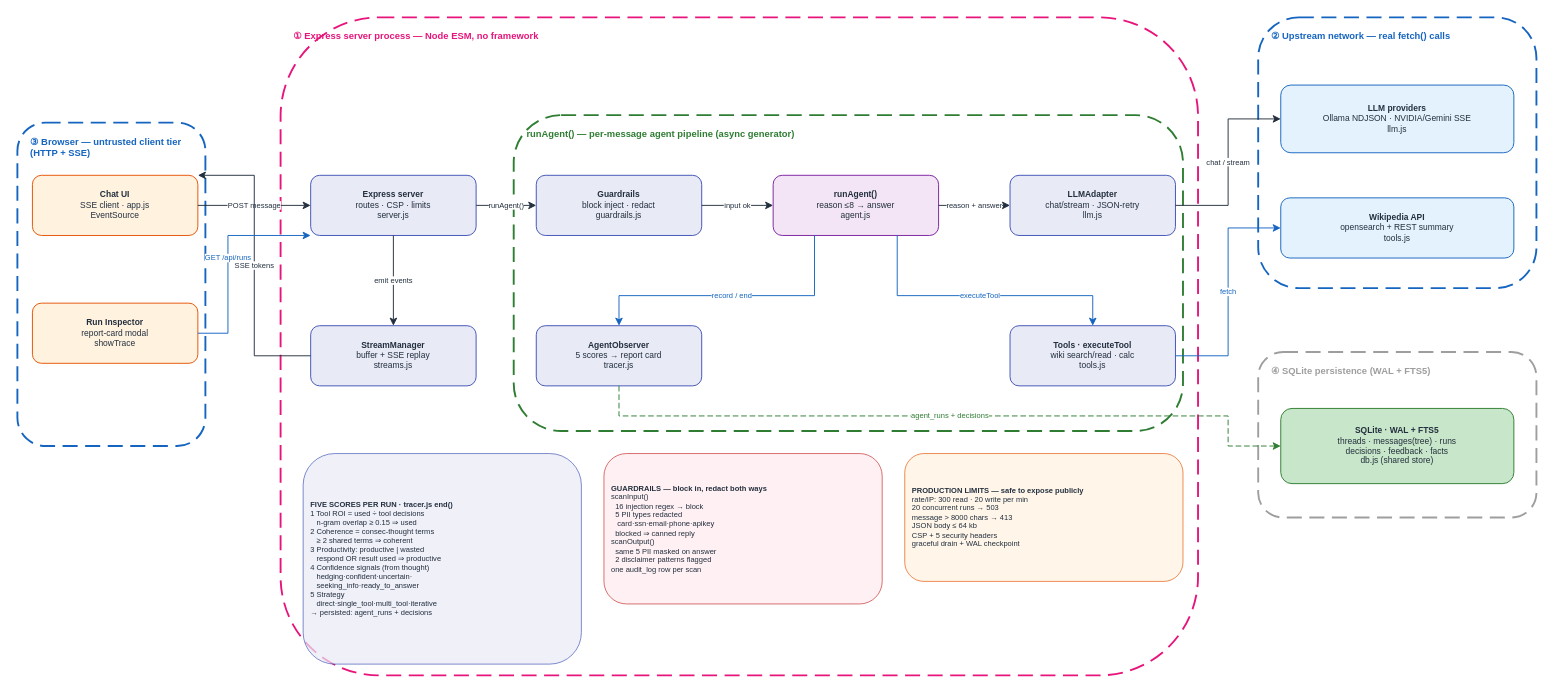
Earlier version of the draw.io diagram docs/diagrams/agent_chat_v1/HOA_AgentChat_v1.drawio (gmaheshraju/Hands-on-AgenticAI). Source tidied: cells renumbered, new cells numbered last; positions are measured from the earlier drawing's top-left corner, leaving out a move shared by most shapes. Both pictures are drawn from the tidied source at 94%, with x=0, y=0 at pixel (17, 17).
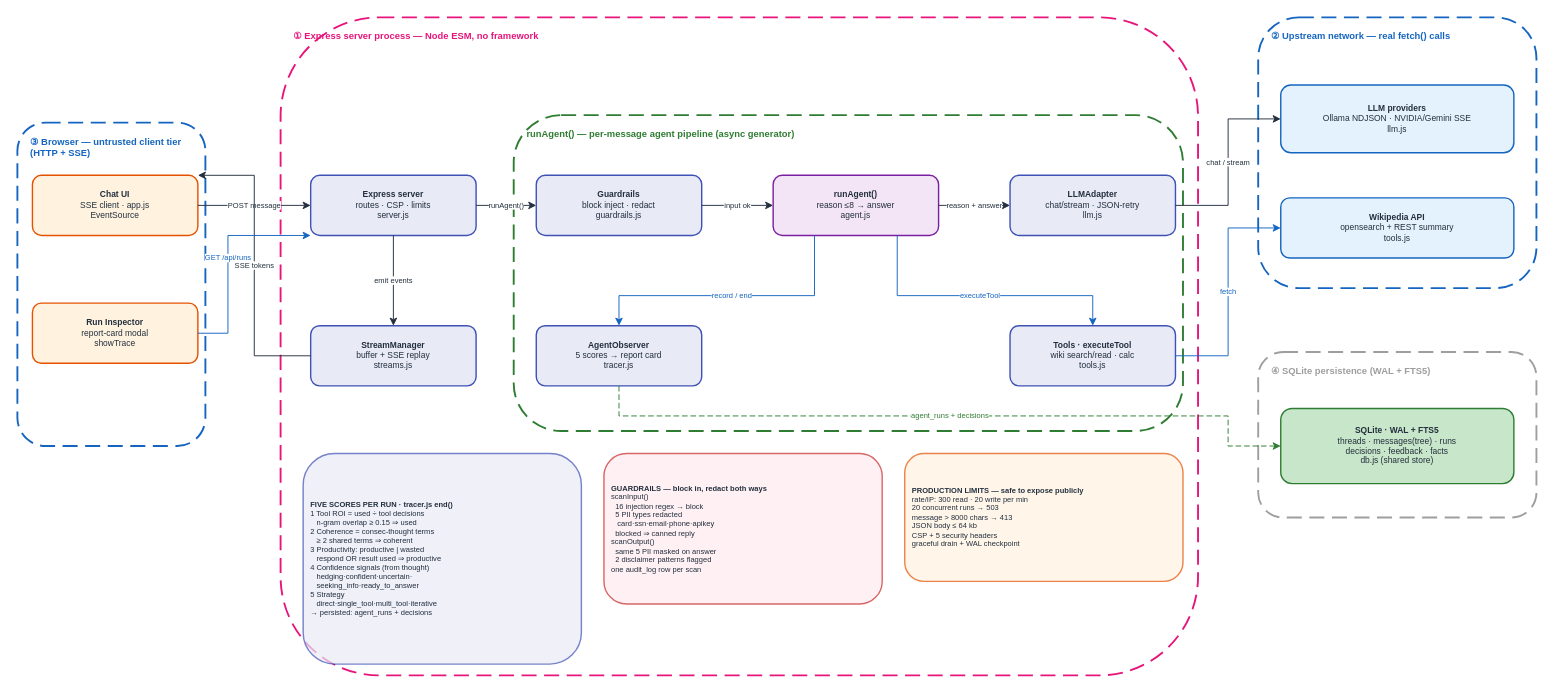
The same page after the edit.

Change to the diagram source:
```diff
@@
-    <mxCell id="12" value="&lt;b&gt;Chat UI&lt;/b&gt;&lt;br&gt;SSE client · app.js&lt;br&gt;EventSource" style="rounded=1;fillColor=#FFF3E0;strokeColor=#E65100;fontSize=9;fontColor=#232F3E;html=1;whiteSpace=wrap;align=center;" parent="1" vertex="1">
+    <mxCell id="12" value="&lt;b&gt;Chat UI&lt;/b&gt;&lt;br&gt;SSE client · app.js&lt;br&gt;EventSource" style="rounded=1;fillColor=#FFF3E0;strokeColor=#E65100;strokeWidth=1.5;fontSize=9;fontColor=#232F3E;html=1;whiteSpace=wrap;align=center;" parent="1" vertex="1">
       <mxGeometry x="16" y="168" width="176" height="64" as="geometry" />
     </mxCell>
-    <mxCell id="13" value="&lt;b&gt;Run Inspector&lt;/b&gt;&lt;br&gt;report-card modal&lt;br&gt;showTrace" style="rounded=1;fillColor=#FFF3E0;strokeColor=#E65100;fontSize=9;fontColor=#232F3E;html=1;whiteSpace=wrap;align=center;" parent="1" vertex="1">
+    <mxCell id="13" value="&lt;b&gt;Run Inspector&lt;/b&gt;&lt;br&gt;report-card modal&lt;br&gt;showTrace" style="rounded=1;fillColor=#FFF3E0;strokeColor=#E65100;strokeWidth=1.5;fontSize=9;fontColor=#232F3E;html=1;whiteSpace=wrap;align=center;" parent="1" vertex="1">
       <mxGeometry x="16" y="304" width="176" height="64" as="geometry" />
     </mxCell>
-    <mxCell id="14" value="&lt;b&gt;Express server&lt;/b&gt;&lt;br&gt;routes · CSP · limits&lt;br&gt;server.js" style="rounded=1;fillColor=#E8EAF6;strokeColor=#3F51B5;fontSize=9;fontColor=#232F3E;html=1;whiteSpace=wrap;align=center;" parent="1" vertex="1">
+    <mxCell id="14" value="&lt;b&gt;Express server&lt;/b&gt;&lt;br&gt;routes · CSP · limits&lt;br&gt;server.js" style="rounded=1;fillColor=#E8EAF6;strokeColor=#3F51B5;strokeWidth=1.5;fontSize=9;fontColor=#232F3E;html=1;whiteSpace=wrap;align=center;" parent="1" vertex="1">
       <mxGeometry x="312" y="168" width="176" height="64" as="geometry" />
     </mxCell>
-    <mxCell id="15" value="&lt;b&gt;StreamManager&lt;/b&gt;&lt;br&gt;buffer + SSE replay&lt;br&gt;streams.js" style="rounded=1;fillColor=#E8EAF6;strokeColor=#3F51B5;fontSize=9;fontColor=#232F3E;html=1;whiteSpace=wrap;align=center;" parent="1" vertex="1">
+    <mxCell id="15" value="&lt;b&gt;StreamManager&lt;/b&gt;&lt;br&gt;buffer + SSE replay&lt;br&gt;streams.js" style="rounded=1;fillColor=#E8EAF6;strokeColor=#3F51B5;strokeWidth=1.5;fontSize=9;fontColor=#232F3E;html=1;whiteSpace=wrap;align=center;" parent="1" vertex="1">
       <mxGeometry x="312" y="328" width="176" height="64" as="geometry" />
     </mxCell>
-    <mxCell id="16" value="&lt;b&gt;Guardrails&lt;/b&gt;&lt;br&gt;block inject · redact&lt;br&gt;guardrails.js" style="rounded=1;fillColor=#E8EAF6;strokeColor=#3F51B5;fontSize=9;fontColor=#232F3E;html=1;whiteSpace=wrap;align=center;" parent="1" vertex="1">
+    <mxCell id="16" value="&lt;b&gt;Guardrails&lt;/b&gt;&lt;br&gt;block inject · redact&lt;br&gt;guardrails.js" style="rounded=1;fillColor=#E8EAF6;strokeColor=#3F51B5;strokeWidth=1.5;fontSize=9;fontColor=#232F3E;html=1;whiteSpace=wrap;align=center;" parent="1" vertex="1">
       <mxGeometry x="552" y="168" width="176" height="64" as="geometry" />
     </mxCell>
-    <mxCell id="17" value="&lt;b&gt;runAgent()&lt;/b&gt;&lt;br&gt;reason ≤8 → answer&lt;br&gt;agent.js" style="rounded=1;fillColor=#F3E5F5;strokeColor=#7B1FA2;fontSize=9;fontColor=#232F3E;html=1;whiteSpace=wrap;align=center;" parent="1" vertex="1">
+    <mxCell id="17" value="&lt;b&gt;runAgent()&lt;/b&gt;&lt;br&gt;reason ≤8 → answer&lt;br&gt;agent.js" style="rounded=1;fillColor=#F3E5F5;strokeColor=#7B1FA2;strokeWidth=1.5;fontSize=9;fontColor=#232F3E;html=1;whiteSpace=wrap;align=center;" parent="1" vertex="1">
       <mxGeometry x="804" y="168" width="176" height="64" as="geometry" />
     </mxCell>
-    <mxCell id="18" value="&lt;b&gt;LLMAdapter&lt;/b&gt;&lt;br&gt;chat/stream · JSON-retry&lt;br&gt;llm.js" style="rounded=1;fillColor=#E8EAF6;strokeColor=#3F51B5;fontSize=9;fontColor=#232F3E;html=1;whiteSpace=wrap;align=center;" parent="1" vertex="1">
+    <mxCell id="18" value="&lt;b&gt;LLMAdapter&lt;/b&gt;&lt;br&gt;chat/stream · JSON-retry&lt;br&gt;llm.js" style="rounded=1;fillColor=#E8EAF6;strokeColor=#3F51B5;strokeWidth=1.5;fontSize=9;fontColor=#232F3E;html=1;whiteSpace=wrap;align=center;" parent="1" vertex="1">
       <mxGeometry x="1056" y="168" width="176" height="64" as="geometry" />
     </mxCell>
-    <mxCell id="19" value="&lt;b&gt;AgentObserver&lt;/b&gt;&lt;br&gt;5 scores → report card&lt;br&gt;tracer.js" style="rounded=1;fillColor=#E8EAF6;strokeColor=#3F51B5;fontSize=9;fontColor=#232F3E;html=1;whiteSpace=wrap;align=center;" parent="1" vertex="1">
+    <mxCell id="19" value="&lt;b&gt;AgentObserver&lt;/b&gt;&lt;br&gt;5 scores → report card&lt;br&gt;tracer.js" style="rounded=1;fillColor=#E8EAF6;strokeColor=#3F51B5;strokeWidth=1.5;fontSize=9;fontColor=#232F3E;html=1;whiteSpace=wrap;align=center;" parent="1" vertex="1">
       <mxGeometry x="552" y="328" width="176" height="64" as="geometry" />
     </mxCell>
-    <mxCell id="20" value="&lt;b&gt;Tools · executeTool&lt;/b&gt;&lt;br&gt;wiki search/read · calc&lt;br&gt;tools.js" style="rounded=1;fillColor=#E8EAF6;strokeColor=#3F51B5;fontSize=9;fontColor=#232F3E;html=1;whiteSpace=wrap;align=center;" parent="1" vertex="1">
+    <mxCell id="20" value="&lt;b&gt;Tools · executeTool&lt;/b&gt;&lt;br&gt;wiki search/read · calc&lt;br&gt;tools.js" style="rounded=1;fillColor=#E8EAF6;strokeColor=#3F51B5;strokeWidth=1.5;fontSize=9;fontColor=#232F3E;html=1;whiteSpace=wrap;align=center;" parent="1" vertex="1">
       <mxGeometry x="1056" y="328" width="176" height="64" as="geometry" />
     </mxCell>
-    <mxCell id="21" value="&lt;b&gt;LLM providers&lt;/b&gt;&lt;br&gt;Ollama NDJSON · NVIDIA/Gemini SSE&lt;br&gt;llm.js" style="rounded=1;fillColor=#E3F2FD;strokeColor=#1565C0;fontSize=9;fontColor=#232F3E;html=1;whiteSpace=wrap;align=center;" parent="1" vertex="1">
+    <mxCell id="21" value="&lt;b&gt;LLM providers&lt;/b&gt;&lt;br&gt;Ollama NDJSON · NVIDIA/Gemini SSE&lt;br&gt;llm.js" style="rounded=1;fillColor=#E3F2FD;strokeColor=#1565C0;strokeWidth=1.5;fontSize=9;fontColor=#232F3E;html=1;whiteSpace=wrap;align=center;" parent="1" vertex="1">
       <mxGeometry x="1344" y="72" width="248" height="72" as="geometry" />
     </mxCell>
-    <mxCell id="22" value="&lt;b&gt;Wikipedia API&lt;/b&gt;&lt;br&gt;opensearch + REST summary&lt;br&gt;tools.js" style="rounded=1;fillColor=#E3F2FD;strokeColor=#1565C0;fontSize=9;fontColor=#232F3E;html=1;whiteSpace=wrap;align=center;" parent="1" vertex="1">
+    <mxCell id="22" value="&lt;b&gt;Wikipedia API&lt;/b&gt;&lt;br&gt;opensearch + REST summary&lt;br&gt;tools.js" style="rounded=1;fillColor=#E3F2FD;strokeColor=#1565C0;strokeWidth=1.5;fontSize=9;fontColor=#232F3E;html=1;whiteSpace=wrap;align=center;" parent="1" vertex="1">
       <mxGeometry x="1344" y="192" width="248" height="64" as="geometry" />
     </mxCell>
-    <mxCell id="23" value="&lt;b&gt;SQLite · WAL + FTS5&lt;/b&gt;&lt;br&gt;threads · messages(tree) · runs&lt;br&gt;decisions · feedback · facts&lt;br&gt;db.js (shared store)" style="rounded=1;fillColor=#C8E6C9;strokeColor=#2E7D32;fontSize=9;fontColor=#232F3E;html=1;whiteSpace=wrap;align=center;" parent="1" vertex="1">
+    <mxCell id="23" value="&lt;b&gt;SQLite · WAL + FTS5&lt;/b&gt;&lt;br&gt;threads · messages(tree) · runs&lt;br&gt;decisions · feedback · facts&lt;br&gt;db.js (shared store)" style="rounded=1;fillColor=#C8E6C9;strokeColor=#2E7D32;strokeWidth=1.5;fontSize=9;fontColor=#232F3E;html=1;whiteSpace=wrap;align=center;" parent="1" vertex="1">
       <mxGeometry x="1344" y="416" width="248" height="80" as="geometry" />
     </mxCell>
-    <mxCell id="24" value="&lt;b&gt;FIVE SCORES PER RUN · tracer.js end()&lt;/b&gt;&lt;br&gt;1 Tool ROI = used ÷ tool decisions&lt;br&gt;&amp;nbsp;&amp;nbsp;&amp;nbsp;n-gram overlap ≥ 0.15 ⇒ used&lt;br&gt;2 Coherence = consec-thought terms&lt;br&gt;&amp;nbsp;&amp;nbsp;&amp;nbsp;≥ 2 shared terms ⇒ coherent&lt;br&gt;3 Productivity: productive | wasted&lt;br&gt;&amp;nbsp;&amp;nbsp;&amp;nbsp;respond OR result used ⇒ productive&lt;br&gt;4 Confidence signals (from thought)&lt;br&gt;&amp;nbsp;&amp;nbsp;&amp;nbsp;hedging·confident·uncertain·&lt;br&gt;&amp;nbsp;&amp;nbsp;&amp;nbsp;seeking_info·ready_to_answer&lt;br&gt;5 Strategy&lt;br&gt;&amp;nbsp;&amp;nbsp;&amp;nbsp;direct·single_tool·multi_tool·iterative&lt;br&gt;→ persisted: agent_runs + decisions" style="rounded=1;fillColor=#E8EAF6;strokeColor=#3F51B5;fontSize=8;fontColor=#232F3E;html=1;whiteSpace=wrap;align=left;spacingLeft=6;opacity=70;" parent="1" vertex="1">
+    <mxCell id="24" value="&lt;b&gt;FIVE SCORES PER RUN · tracer.js end()&lt;/b&gt;&lt;br&gt;1 Tool ROI = used ÷ tool decisions&lt;br&gt;&amp;nbsp;&amp;nbsp;&amp;nbsp;n-gram overlap ≥ 0.15 ⇒ used&lt;br&gt;2 Coherence = consec-thought terms&lt;br&gt;&amp;nbsp;&amp;nbsp;&amp;nbsp;≥ 2 shared terms ⇒ coherent&lt;br&gt;3 Productivity: productive | wasted&lt;br&gt;&amp;nbsp;&amp;nbsp;&amp;nbsp;respond OR result used ⇒ productive&lt;br&gt;4 Confidence signals (from thought)&lt;br&gt;&amp;nbsp;&amp;nbsp;&amp;nbsp;hedging·confident·uncertain·&lt;br&gt;&amp;nbsp;&amp;nbsp;&amp;nbsp;seeking_info·ready_to_answer&lt;br&gt;5 Strategy&lt;br&gt;&amp;nbsp;&amp;nbsp;&amp;nbsp;direct·single_tool·multi_tool·iterative&lt;br&gt;→ persisted: agent_runs + decisions" style="rounded=1;fillColor=#E8EAF6;strokeColor=#3F51B5;strokeWidth=1.5;fontSize=8;fontColor=#232F3E;html=1;whiteSpace=wrap;align=left;spacingLeft=6;opacity=70;" parent="1" vertex="1">
       <mxGeometry x="304" y="464" width="296" height="224" as="geometry" />
     </mxCell>
-    <mxCell id="25" value="&lt;b&gt;GUARDRAILS — block in, redact both ways&lt;/b&gt;&lt;br&gt;scanInput()&lt;br&gt;&amp;nbsp;&amp;nbsp;16 injection regex → block&lt;br&gt;&amp;nbsp;&amp;nbsp;5 PII types redacted&lt;br&gt;&amp;nbsp;&amp;nbsp;&amp;nbsp;card·ssn·email·phone·apikey&lt;br&gt;&amp;nbsp;&amp;nbsp;blocked ⇒ canned reply&lt;br&gt;scanOutput()&lt;br&gt;&amp;nbsp;&amp;nbsp;same 5 PII masked on answer&lt;br&gt;&amp;nbsp;&amp;nbsp;2 disclaimer patterns flagged&lt;br&gt;one audit_log row per scan" style="rounded=1;fillColor=#FFEBEE;strokeColor=#C62828;fontSize=8;fontColor=#232F3E;html=1;whiteSpace=wrap;align=left;spacingLeft=6;opacity=70;" parent="1" vertex="1">
+    <mxCell id="25" value="&lt;b&gt;GUARDRAILS — block in, redact both ways&lt;/b&gt;&lt;br&gt;scanInput()&lt;br&gt;&amp;nbsp;&amp;nbsp;16 injection regex → block&lt;br&gt;&amp;nbsp;&amp;nbsp;5 PII types redacted&lt;br&gt;&amp;nbsp;&amp;nbsp;&amp;nbsp;card·ssn·email·phone·apikey&lt;br&gt;&amp;nbsp;&amp;nbsp;blocked ⇒ canned reply&lt;br&gt;scanOutput()&lt;br&gt;&amp;nbsp;&amp;nbsp;same 5 PII masked on answer&lt;br&gt;&amp;nbsp;&amp;nbsp;2 disclaimer patterns flagged&lt;br&gt;one audit_log row per scan" style="rounded=1;fillColor=#FFEBEE;strokeColor=#C62828;strokeWidth=1.5;fontSize=8;fontColor=#232F3E;html=1;whiteSpace=wrap;align=left;spacingLeft=6;opacity=70;" parent="1" vertex="1">
       <mxGeometry x="624" y="464" width="296" height="160" as="geometry" />
     </mxCell>
-    <mxCell id="26" value="&lt;b&gt;PRODUCTION LIMITS — safe to expose publicly&lt;/b&gt;&lt;br&gt;rate/IP: 300 read · 20 write per min&lt;br&gt;20 concurrent runs → 503&lt;br&gt;message &amp;gt; 8000 chars → 413&lt;br&gt;JSON body ≤ 64 kb&lt;br&gt;CSP + 5 security headers&lt;br&gt;graceful drain + WAL checkpoint" style="rounded=1;fillColor=#FFF3E0;strokeColor=#E65100;fontSize=8;fontColor=#232F3E;html=1;whiteSpace=wrap;align=left;spacingLeft=6;opacity=70;" parent="1" vertex="1">
+    <mxCell id="26" value="&lt;b&gt;PRODUCTION LIMITS — safe to expose publicly&lt;/b&gt;&lt;br&gt;rate/IP: 300 read · 20 write per min&lt;br&gt;20 concurrent runs → 503&lt;br&gt;message &amp;gt; 8000 chars → 413&lt;br&gt;JSON body ≤ 64 kb&lt;br&gt;CSP + 5 security headers&lt;br&gt;graceful drain + WAL checkpoint" style="rounded=1;fillColor=#FFF3E0;strokeColor=#E65100;strokeWidth=1.5;fontSize=8;fontColor=#232F3E;html=1;whiteSpace=wrap;align=left;spacingLeft=6;opacity=70;" parent="1" vertex="1">
       <mxGeometry x="944" y="464" width="296" height="136" as="geometry" />
     </mxCell>
```
